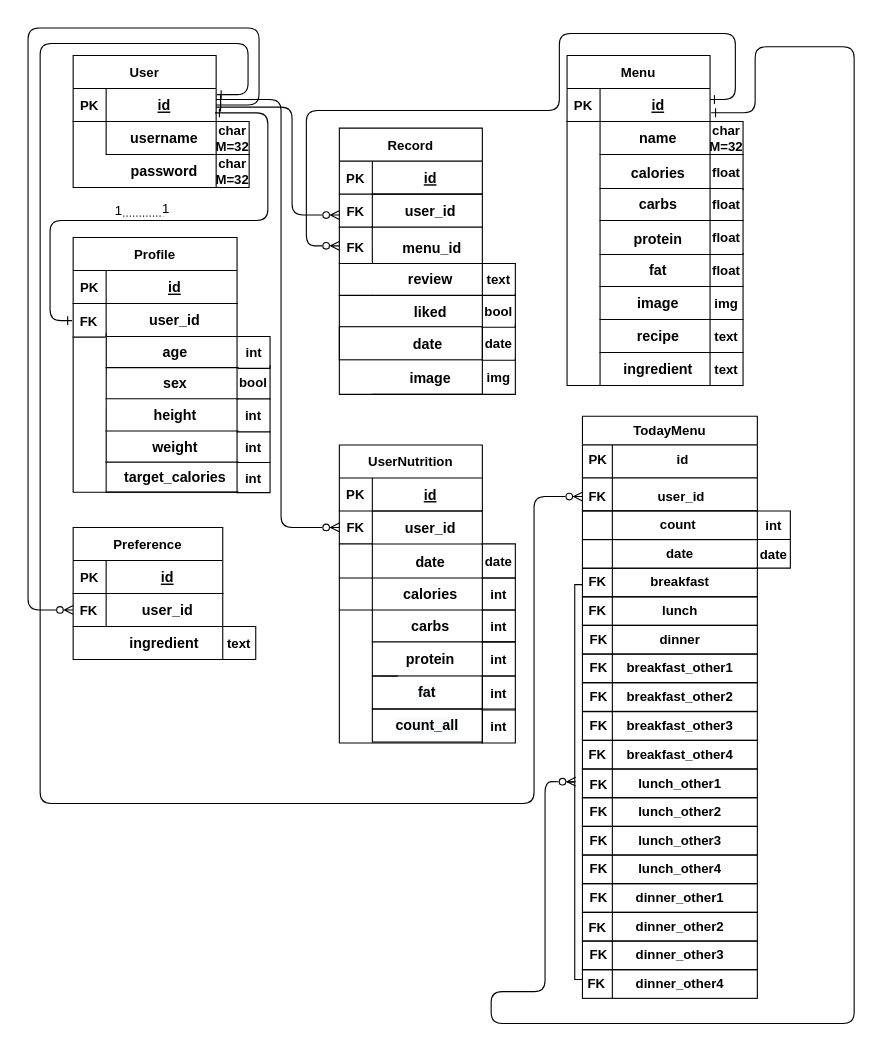
This is diagrams/Backend ER Diagram.drawio from swsnu/swpp2021-team5, a draw.io file, before an edit. Source tidied: cells renumbered, new cells numbered last; positions are measured from the earlier drawing's top-left corner, leaving out a move shared by most shapes. Both pictures are drawn from the tidied source at 110%, with x=0, y=0 at pixel (28, 28).
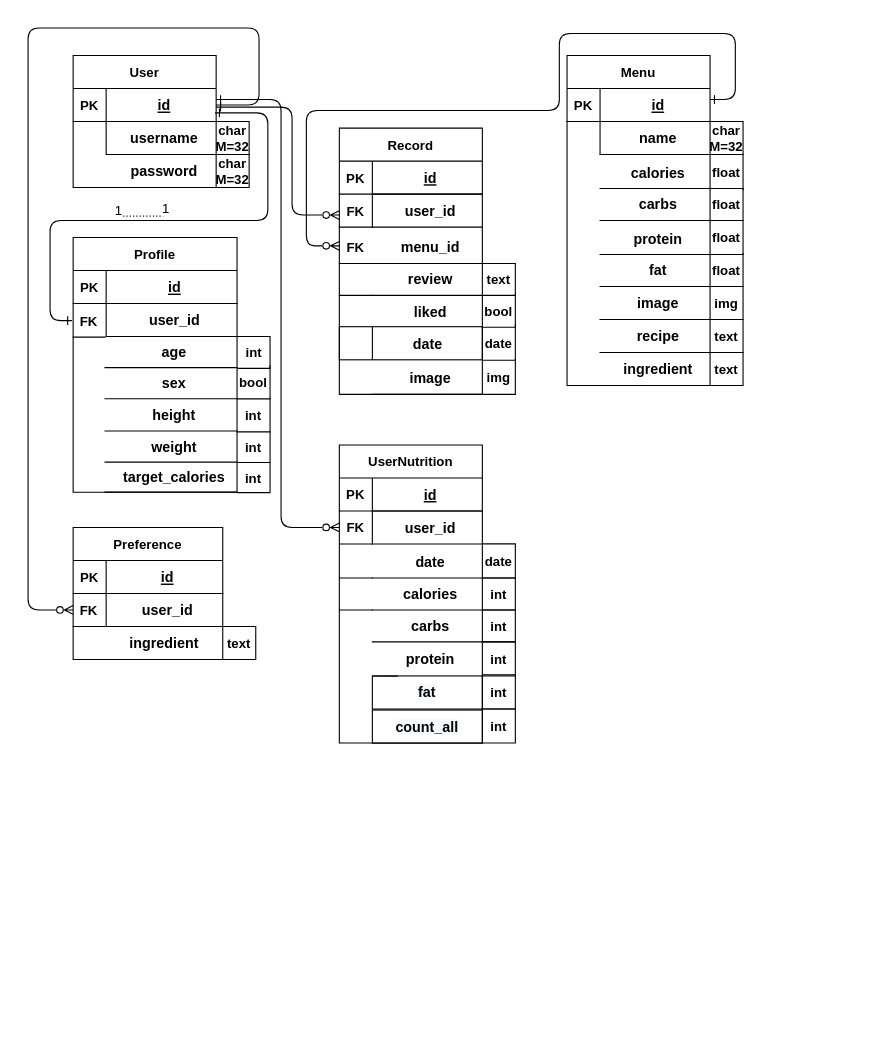
The same page after the edit.

Unchanged cells that the change refers to:
```xml
<mxCell id="6" style="shape=partialRectangle;fillColor=none;points=[[0,0.5],[1,0.5]];portConstraint=eastwest;top=0;left=0;right=0;bottom=1;" parent="5" vertex="1">
  <mxGeometry y="30" width="130" height="30" as="geometry" />
</mxCell>
<mxCell id="14" value="&lt;span style=&quot;font-family: &amp;quot;helvetica&amp;quot; ; font-size: 13px ; font-style: normal ; font-weight: 700 ; letter-spacing: normal ; text-indent: 0px ; text-transform: none ; word-spacing: 0px ; background-color: rgb(248 , 249 , 250) ; display: inline ; float: none&quot;&gt;fat&lt;/span&gt;" style="rounded=0;whiteSpace=wrap;html=1;fillColor=none;strokeColor=default;fontColor=default;align=center;" parent="1" vertex="1">
  <mxGeometry x="313" y="589" width="100" height="30.1" as="geometry" />
</mxCell>
<mxCell id="17" value="&lt;b&gt;&lt;font style=&quot;font-size: 14px&quot;&gt;&amp;nbsp; &amp;nbsp; &amp;nbsp; &amp;nbsp; &lt;/font&gt;&lt;font style=&quot;font-size: 13px&quot;&gt;date&lt;/font&gt;&lt;/b&gt;" style="rounded=0;whiteSpace=wrap;html=1;fillColor=none;strokeColor=default;fontColor=default;" parent="1" vertex="1">
  <mxGeometry x="283" y="271.5" width="130" height="30.1" as="geometry" />
</mxCell>
```

What changed in the source:
```diff
@@
+    <mxCell id="169" style="endArrow=none;html=1;rounded=0;exitX=0.231;exitY=0.997;exitDx=0;exitDy=0;exitPerimeter=0;entryX=0.231;entryY=0;entryDx=0;entryDy=0;entryPerimeter=0;" parent="1" edge="1" source="17" target="17">
+      <mxGeometry relative="1" as="geometry" />
+    </mxCell>
@@
     <mxCell id="26" value="menu_id" style="shape=partialRectangle;overflow=hidden;fillColor=none;top=0;left=0;bottom=1;right=0;align=center;spacingLeft=6;fontStyle=1;fontSize=13;" parent="1" vertex="1">
-      <mxGeometry x="313" y="185" width="103" height="29" as="geometry" />
+      <mxGeometry x="313" y="184" width="100" height="30" as="geometry" />
     </mxCell>
@@
     <mxCell id="42" value="FK" style="shape=partialRectangle;overflow=hidden;fillColor=none;top=0;left=0;bottom=1;right=0;fontStyle=1;" parent="1" vertex="1">
-      <mxGeometry x="283" y="438.9" width="30" height="30" as="geometry" />
+      <mxGeometry x="283" y="439" width="30" height="30" as="geometry" />
     </mxCell>
@@
     <mxCell id="47" value="weight" style="shape=partialRectangle;overflow=hidden;fillColor=none;top=0;left=0;bottom=1;right=0;align=center;spacingLeft=6;fontStyle=1;fontSize=13;strokeColor=default;fontColor=default;" parent="1" vertex="1">
-      <mxGeometry x="71" y="366.3" width="120" height="28.3" as="geometry" />
+      <mxGeometry x="70" y="366.3" width="120" height="28.3" as="geometry" />
     </mxCell>
@@
     <mxCell id="55" value="age" style="shape=partialRectangle;overflow=hidden;fillColor=none;top=0;left=0;bottom=1;right=0;align=center;spacingLeft=6;fontStyle=1;fontSize=13;strokeColor=default;fontColor=default;" parent="1" vertex="1">
-      <mxGeometry x="71" y="279.4" width="120" height="29.3" as="geometry" />
+      <mxGeometry x="70" y="279.4" width="120" height="29.3" as="geometry" />
     </mxCell>
@@
     <mxCell id="57" value="sex" style="shape=partialRectangle;overflow=hidden;fillColor=none;top=0;left=0;bottom=1;right=0;align=center;spacingLeft=6;fontStyle=1;fontSize=13;strokeColor=default;fontColor=default;" parent="1" vertex="1">
-      <mxGeometry x="71" y="307.7" width="120" height="29.3" as="geometry" />
+      <mxGeometry x="70" y="307.7" width="120" height="29.3" as="geometry" />
     </mxCell>
@@
     <mxCell id="59" value="height" style="shape=partialRectangle;overflow=hidden;fillColor=none;top=0;left=0;bottom=1;right=0;align=center;spacingLeft=6;fontStyle=1;fontSize=13;strokeColor=default;fontColor=default;" parent="1" vertex="1">
-      <mxGeometry x="71" y="337" width="120" height="29.3" as="geometry" />
+      <mxGeometry x="70" y="337" width="120" height="29.3" as="geometry" />
     </mxCell>
@@
     <mxCell id="69" value="int" style="shape=partialRectangle;overflow=hidden;fillColor=none;top=1;left=0;bottom=1;right=1;fontStyle=1;strokeColor=default;fontColor=default;" parent="1" vertex="1">
-      <mxGeometry x="413" y="589" width="30" height="31" as="geometry" />
+      <mxGeometry x="413" y="588" width="30" height="31" as="geometry" />
     </mxCell>
@@
     <mxCell id="84" style="group;" parent="1" vertex="1">
-      <mxGeometry x="41" y="454" width="136" height="120" as="geometry" />
+      <mxGeometry x="41" y="454" width="130" height="120" as="geometry" />
     </mxCell>
@@
     <mxCell id="119" value="target_calories" style="shape=partialRectangle;overflow=hidden;fillColor=none;top=0;left=0;bottom=1;right=0;align=center;spacingLeft=6;fontStyle=1;fontSize=13;strokeColor=default;fontColor=default;" parent="1" vertex="1">
-      <mxGeometry x="71" y="393.6" width="120" height="28.3" as="geometry" />
+      <mxGeometry x="70" y="393.6" width="120" height="28.3" as="geometry" />
     </mxCell>
@@
     <mxCell id="121" value="&lt;span style=&quot;font-family: &amp;#34;helvetica&amp;#34; ; font-size: 13px ; font-style: normal ; font-weight: 700 ; letter-spacing: normal ; text-indent: 0px ; text-transform: none ; word-spacing: 0px ; background-color: rgb(248 , 249 , 250) ; display: inline ; float: none&quot;&gt;count_all&lt;/span&gt;" style="rounded=0;whiteSpace=wrap;html=1;fillColor=none;strokeColor=default;fontColor=default;align=center;" parent="1" vertex="1">
-      <mxGeometry x="313" y="619" width="100" height="30.1" as="geometry" />
+      <mxGeometry x="313" y="620" width="100" height="30.1" as="geometry" />
     </mxCell>
@@
-    <mxCell id="123" style="endArrow=none;html=1;rounded=0;" parent="1" edge="1">
-      <mxGeometry relative="1" as="geometry">
-        <mxPoint x="520" y="325" as="sourcePoint" />
-        <mxPoint x="520" y="115" as="targetPoint" />
-      </mxGeometry>
-    </mxCell>
-    <mxCell id="124" style="endArrow=none;html=1;rounded=0;entryX=0;entryY=0;entryDx=0;entryDy=0;" parent="1" edge="1" target="14">
-      <mxGeometry relative="1" as="geometry">
-        <mxPoint x="313" y="468.9" as="sourcePoint" />
-      </mxGeometry>
-    </mxCell>
-    <mxCell id="125" style="endArrow=none;html=1;rounded=0;entryX=0.202;entryY=1.002;entryDx=0;entryDy=0;entryPerimeter=0;" parent="1" edge="1">
-      <mxGeometry relative="1" as="geometry">
-        <mxPoint x="71" y="422" as="sourcePoint" />
-        <mxPoint x="71.1" y="277.5" as="targetPoint" />
-      </mxGeometry>
-    </mxCell>
-    <mxCell id="126" value="TodayMenu" style="swimlane;fontStyle=1;align=center;verticalAlign=top;horizontal=1;startSize=26;" parent="1" vertex="1">
-      <mxGeometry x="504" y="352.9" width="159" height="86" as="geometry" />
-    </mxCell>
-    <mxCell id="127" value="PK                   id" style="text;strokeColor=none;fillColor=none;align=left;verticalAlign=top;spacingLeft=4;spacingRight=4;overflow=hidden;points=[[0,0.5],[1,0.5]];portConstraint=eastwest;fontStyle=1;" parent="126" vertex="1">
-      <mxGeometry y="26" width="159" height="26" as="geometry" />
-    </mxCell>
-    <mxCell id="128" style="line;strokeWidth=1;fillColor=none;align=left;verticalAlign=middle;spacingTop=-1;spacingLeft=3;spacingRight=3;labelPosition=right;" parent="126" vertex="1">
-      <mxGeometry y="52" width="159" height="8" as="geometry" />
-    </mxCell>
-    <mxCell id="129" value="FK              user_id" style="text;strokeColor=none;fillColor=none;align=left;verticalAlign=top;spacingLeft=4;spacingRight=4;overflow=hidden;points=[[0,0.5],[1,0.5]];portConstraint=eastwest;fontStyle=1;" parent="126" vertex="1">
-      <mxGeometry y="60" width="159" height="26" as="geometry" />
-    </mxCell>
-    <mxCell id="130" style="endArrow=none;html=1;rounded=0;entryX=0.23;entryY=0.996;entryDx=0;entryDy=0;entryPerimeter=0;" parent="1" edge="1">
-      <mxGeometry relative="1" as="geometry">
-        <mxPoint x="313" y="214" as="sourcePoint" />
-        <mxPoint x="312.9" y="179.9" as="targetPoint" />
-      </mxGeometry>
-    </mxCell>
-    <mxCell id="131" value="&lt;b&gt;&amp;nbsp; &amp;nbsp; count&lt;/b&gt;" style="html=1;fillColor=none;" parent="1" vertex="1">
-      <mxGeometry x="504" y="438.9" width="159" height="26.1" as="geometry" />
-    </mxCell>
-    <mxCell id="132" value="&lt;b&gt;&amp;nbsp; &amp;nbsp; &amp;nbsp;date&lt;/b&gt;" style="html=1;fillColor=none;" parent="1" vertex="1">
-      <mxGeometry x="504" y="465" width="159" height="26.1" as="geometry" />
-    </mxCell>
-    <mxCell id="133" value="&lt;b&gt;&amp;nbsp; &amp;nbsp; &amp;nbsp;breakfast&lt;/b&gt;" style="html=1;fillColor=none;" parent="1" vertex="1">
-      <mxGeometry x="504" y="491.1" width="159" height="26.1" as="geometry" />
-    </mxCell>
-    <mxCell id="134" value="&lt;b&gt;&amp;nbsp; &amp;nbsp; &amp;nbsp;lunch&lt;/b&gt;" style="html=1;fillColor=none;" parent="1" vertex="1">
-      <mxGeometry x="504" y="516.9" width="159" height="26.1" as="geometry" />
-    </mxCell>
-    <mxCell id="135" value="&lt;b&gt;&amp;nbsp; &amp;nbsp; &amp;nbsp;dinner&lt;/b&gt;" style="html=1;fillColor=none;" parent="1" vertex="1">
-      <mxGeometry x="504" y="543" width="159" height="26.1" as="geometry" />
-    </mxCell>
-    <mxCell id="136" value="&lt;b&gt;&amp;nbsp; &amp;nbsp; &amp;nbsp;breakfast_other1&lt;/b&gt;" style="html=1;fillColor=none;" parent="1" vertex="1">
-      <mxGeometry x="504" y="569.1" width="159" height="26.1" as="geometry" />
-    </mxCell>
-    <mxCell id="137" value="&lt;b&gt;&amp;nbsp; &amp;nbsp; &amp;nbsp;breakfast_other2&lt;/b&gt;" style="html=1;fillColor=none;" parent="1" vertex="1">
-      <mxGeometry x="504" y="595.1" width="159" height="26.1" as="geometry" />
-    </mxCell>
-    <mxCell id="138" value="&lt;b&gt;&amp;nbsp; &amp;nbsp; &amp;nbsp;breakfast_other3&lt;/b&gt;" style="html=1;fillColor=none;" parent="1" vertex="1">
-      <mxGeometry x="504" y="621.5" width="159" height="26.1" as="geometry" />
-    </mxCell>
-    <mxCell id="139" value="&lt;b&gt;&amp;nbsp; &amp;nbsp; &amp;nbsp;breakfast_other4&lt;/b&gt;" style="html=1;fillColor=none;" parent="1" vertex="1">
-      <mxGeometry x="504" y="647.5" width="159" height="26.1" as="geometry" />
-    </mxCell>
-    <mxCell id="140" value="&lt;b&gt;&amp;nbsp; &amp;nbsp; &amp;nbsp;lunch_other1&lt;/b&gt;" style="html=1;fillColor=none;" parent="1" vertex="1">
-      <mxGeometry x="504" y="673.6" width="159" height="26.1" as="geometry" />
-    </mxCell>
-    <mxCell id="141" value="&lt;b&gt;&amp;nbsp; &amp;nbsp; &amp;nbsp;lunch_other2&lt;/b&gt;" style="html=1;fillColor=none;" parent="1" vertex="1">
-      <mxGeometry x="504" y="699.7" width="159" height="26.1" as="geometry" />
-    </mxCell>
-    <mxCell id="142" value="&lt;b&gt;&amp;nbsp; &amp;nbsp; &amp;nbsp;lunch_other3&lt;/b&gt;" style="html=1;fillColor=none;" parent="1" vertex="1">
-      <mxGeometry x="504" y="725.7" width="159" height="26.1" as="geometry" />
-    </mxCell>
-    <mxCell id="143" value="&lt;b&gt;&amp;nbsp; &amp;nbsp; &amp;nbsp;lunch_other4&lt;/b&gt;" style="html=1;fillColor=none;" parent="1" vertex="1">
-      <mxGeometry x="504" y="751.8" width="159" height="26.1" as="geometry" />
-    </mxCell>
-    <mxCell id="144" value="&lt;b&gt;&amp;nbsp; &amp;nbsp; &amp;nbsp;dinner_other1&lt;/b&gt;" style="html=1;fillColor=none;" parent="1" vertex="1">
-      <mxGeometry x="504" y="777.8" width="159" height="26.1" as="geometry" />
-    </mxCell>
-    <mxCell id="145" value="&lt;b&gt;&amp;nbsp; &amp;nbsp; &amp;nbsp;dinner_other2&lt;/b&gt;" style="html=1;fillColor=none;" parent="1" vertex="1">
-      <mxGeometry x="504" y="803.9" width="159" height="26.1" as="geometry" />
-    </mxCell>
-    <mxCell id="146" value="&lt;b&gt;&amp;nbsp; &amp;nbsp; &amp;nbsp;dinner_other3&lt;/b&gt;" style="html=1;fillColor=none;" parent="1" vertex="1">
-      <mxGeometry x="504" y="830" width="159" height="26.1" as="geometry" />
-    </mxCell>
-    <mxCell id="147" value="&lt;b&gt;&amp;nbsp; &amp;nbsp; &amp;nbsp;dinner_other4&lt;/b&gt;" style="html=1;fillColor=none;" parent="1" vertex="1">
-      <mxGeometry x="504" y="856" width="159" height="26.1" as="geometry" />
-    </mxCell>
-    <mxCell id="148" style="endArrow=none;html=1;rounded=0;entryX=0.171;entryY=0.005;entryDx=0;entryDy=0;entryPerimeter=0;exitX=0.171;exitY=0.998;exitDx=0;exitDy=0;exitPerimeter=0;" parent="1" edge="1" source="147" target="127">
-      <mxGeometry relative="1" as="geometry" />
-    </mxCell>
-    <mxCell id="149" value="&lt;b&gt;FK&lt;/b&gt;" style="rounded=0;whiteSpace=wrap;html=1;fillColor=none;strokeColor=none;" parent="1" vertex="1">
-      <mxGeometry x="503" y="491.1" width="30" height="26.1" as="geometry" />
-    </mxCell>
-    <mxCell id="150" value="&lt;b&gt;FK&lt;/b&gt;" style="rounded=0;whiteSpace=wrap;html=1;fillColor=none;strokeColor=none;" parent="1" vertex="1">
-      <mxGeometry x="503" y="517.1" width="30" height="26.1" as="geometry" />
-    </mxCell>
-    <mxCell id="151" value="&lt;b&gt;FK&lt;/b&gt;" style="rounded=0;whiteSpace=wrap;html=1;fillColor=none;strokeColor=none;" parent="1" vertex="1">
-      <mxGeometry x="504" y="543" width="30" height="26.1" as="geometry" />
-    </mxCell>
-    <mxCell id="152" value="&lt;b&gt;FK&lt;/b&gt;" style="rounded=0;whiteSpace=wrap;html=1;fillColor=none;strokeColor=none;" parent="1" vertex="1">
-      <mxGeometry x="509" y="569.1" width="20" height="26.1" as="geometry" />
-    </mxCell>
-    <mxCell id="153" value="&lt;b&gt;FK&lt;/b&gt;" style="rounded=0;whiteSpace=wrap;html=1;fillColor=none;strokeColor=none;" parent="1" vertex="1">
-      <mxGeometry x="504" y="595.4" width="30" height="26.1" as="geometry" />
-    </mxCell>
-    <mxCell id="154" value="&lt;b&gt;FK&lt;/b&gt;" style="rounded=0;whiteSpace=wrap;html=1;fillColor=none;strokeColor=none;" parent="1" vertex="1">
-      <mxGeometry x="504" y="621.5" width="30" height="26.1" as="geometry" />
-    </mxCell>
-    <mxCell id="155" value="&lt;b&gt;FK&lt;/b&gt;" style="rounded=0;whiteSpace=wrap;html=1;fillColor=none;strokeColor=none;" parent="1" vertex="1">
-      <mxGeometry x="503" y="647.5" width="30" height="26.1" as="geometry" />
-    </mxCell>
-    <mxCell id="156" value="&lt;b&gt;FK&lt;/b&gt;" style="rounded=0;whiteSpace=wrap;html=1;fillColor=none;strokeColor=none;" parent="1" vertex="1">
-      <mxGeometry x="504" y="675" width="30" height="26.1" as="geometry" />
-    </mxCell>
-    <mxCell id="157" value="&lt;b&gt;FK&lt;/b&gt;" style="rounded=0;whiteSpace=wrap;html=1;fillColor=none;strokeColor=none;" parent="1" vertex="1">
-      <mxGeometry x="504" y="699.6" width="30" height="26.1" as="geometry" />
-    </mxCell>
-    <mxCell id="158" value="&lt;b&gt;FK&lt;/b&gt;" style="rounded=0;whiteSpace=wrap;html=1;fillColor=none;strokeColor=none;" parent="1" vertex="1">
-      <mxGeometry x="504" y="725.7" width="30" height="26.1" as="geometry" />
-    </mxCell>
-    <mxCell id="159" value="&lt;b&gt;FK&lt;/b&gt;" style="rounded=0;whiteSpace=wrap;html=1;fillColor=none;strokeColor=none;" parent="1" vertex="1">
-      <mxGeometry x="504" y="751.8" width="30" height="26.1" as="geometry" />
-    </mxCell>
-    <mxCell id="160" value="&lt;b&gt;FK&lt;/b&gt;" style="rounded=0;whiteSpace=wrap;html=1;fillColor=none;strokeColor=none;" parent="1" vertex="1">
-      <mxGeometry x="504" y="777.8" width="30" height="26.1" as="geometry" />
-    </mxCell>
-    <mxCell id="161" value="&lt;b&gt;FK&lt;/b&gt;" style="rounded=0;whiteSpace=wrap;html=1;fillColor=none;strokeColor=none;" parent="1" vertex="1">
-      <mxGeometry x="503" y="805" width="30" height="26.1" as="geometry" />
-    </mxCell>
-    <mxCell id="162" value="&lt;b&gt;FK&lt;/b&gt;" style="rounded=0;whiteSpace=wrap;html=1;fillColor=none;strokeColor=none;" parent="1" vertex="1">
-      <mxGeometry x="504" y="829.9" width="30" height="26.1" as="geometry" />
-    </mxCell>
-    <mxCell id="163" value="&lt;b&gt;FK&lt;/b&gt;" style="rounded=0;whiteSpace=wrap;html=1;fillColor=none;strokeColor=none;" parent="1" vertex="1">
-      <mxGeometry x="502" y="856" width="30" height="26.1" as="geometry" />
-    </mxCell>
-    <mxCell id="164" value="int" style="shape=partialRectangle;overflow=hidden;fillColor=none;top=1;left=0;bottom=1;right=1;fontStyle=1;strokeColor=default;fontColor=default;" parent="1" vertex="1">
-      <mxGeometry x="663" y="439" width="30" height="26" as="geometry" />
-    </mxCell>
-    <mxCell id="165" value="date" style="shape=partialRectangle;overflow=hidden;fillColor=none;top=1;left=0;bottom=1;right=1;fontStyle=1;strokeColor=default;fontColor=default;" parent="1" vertex="1">
-      <mxGeometry x="663" y="465" width="30" height="26" as="geometry" />
-    </mxCell>
-    <mxCell id="166" style="edgeStyle=orthogonalEdgeStyle;endArrow=ERzeroToMany;startArrow=ERone;endFill=0;startFill=0;strokeColor=default;labelBackgroundColor=default;fontColor=default;exitX=1.004;exitY=0.186;exitDx=0;exitDy=0;entryX=0;entryY=0.5;entryDx=0;entryDy=0;exitPerimeter=0;" parent="1" edge="1" source="6" target="129">
-      <mxGeometry relative="1" as="geometry">
-        <Array as="points">
-          <mxPoint x="200" y="61" />
-          <mxPoint x="200" y="14" />
-          <mxPoint x="11" y="14" />
-          <mxPoint x="11" y="705" />
-          <mxPoint x="460" y="705" />
-          <mxPoint x="460" y="426" />
-        </Array>
-      </mxGeometry>
-    </mxCell>
-    <mxCell id="167" style="edgeStyle=orthogonalEdgeStyle;endArrow=ERzeroToMany;startArrow=ERone;endFill=0;startFill=0;strokeColor=default;labelBackgroundColor=default;fontColor=default;entryX=0.562;entryY=0.499;entryDx=0;entryDy=0;entryPerimeter=0;" parent="1" edge="1" target="168">
-      <mxGeometry relative="1" as="geometry">
-        <mxPoint x="621" y="77" as="sourcePoint" />
-        <Array as="points">
-          <mxPoint x="661" y="77" />
-          <mxPoint x="661" y="17" />
-          <mxPoint x="751" y="17" />
-          <mxPoint x="751" y="905" />
-          <mxPoint x="421" y="905" />
-          <mxPoint x="421" y="876" />
-          <mxPoint x="470" y="876" />
-          <mxPoint x="470" y="685" />
-        </Array>
-      </mxGeometry>
-    </mxCell>
-    <mxCell id="168" style="strokeWidth=1;html=1;shape=mxgraph.flowchart.annotation_2;align=left;labelPosition=right;fillColor=none;" parent="1" vertex="1">
-      <mxGeometry x="490" y="506" width="14" height="359" as="geometry" />
-    </mxCell>
```
